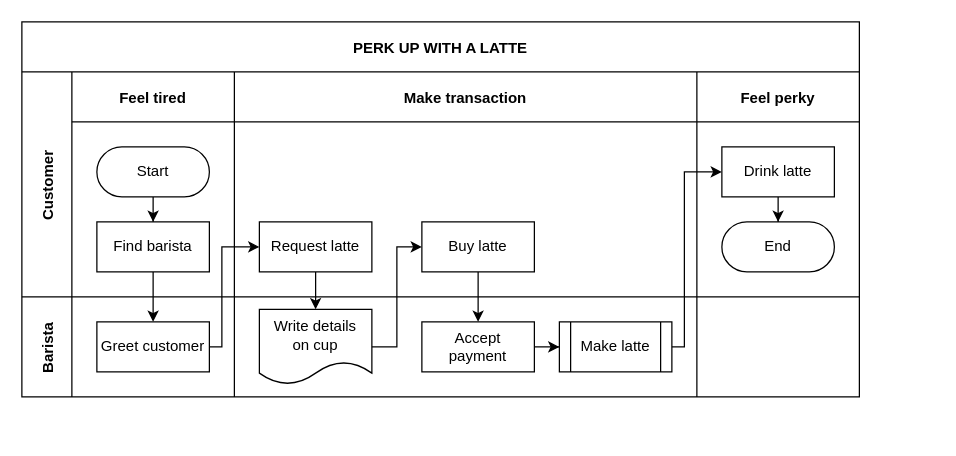
Before: order-flow.drawio in guidecraft/draw, a draw.io diagram. Source tidied: cells renumbered, new cells numbered last; positions are measured from the earlier drawing's top-left corner, leaving out a move shared by most shapes. Both pictures are drawn from the tidied source at 125%, with x=0, y=0 at pixel (21, 21).
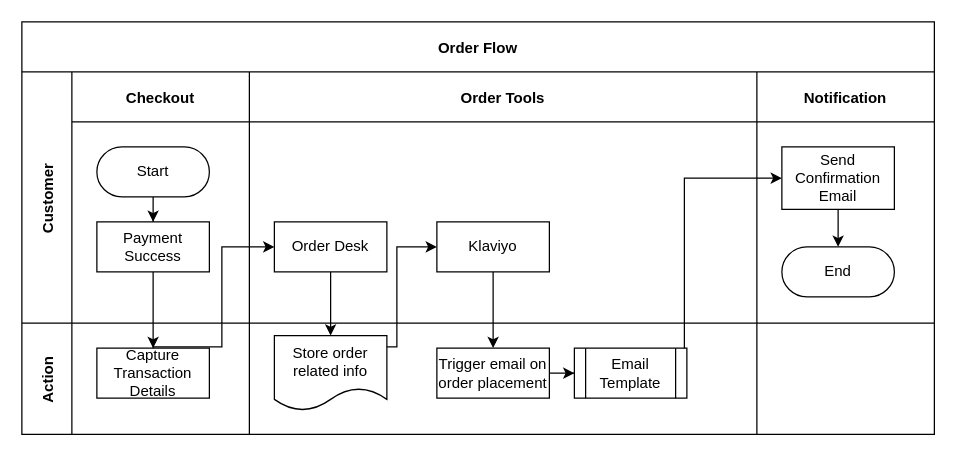
The same page after the edit.

Change to the diagram source:
```diff
@@
-    <mxCell id="2" value="PERK UP WITH A LATTE" style="shape=table;childLayout=tableLayout;startSize=40;fillColor=none;fontStyle=1;" parent="1" vertex="1">
-      <mxGeometry width="670" height="300" as="geometry" />
+    <mxCell id="2" value="Order Flow" style="shape=table;childLayout=tableLayout;startSize=40;fillColor=none;fontStyle=1;" parent="1" vertex="1">
+      <mxGeometry width="730" height="330" as="geometry" />
     </mxCell>
@@
     <mxCell id="4" value="Customer" style="shape=tableRow;horizontal=0;swimlaneHead=0;swimlaneBody=0;top=0;left=0;bottom=0;right=0;fillColor=none;startSize=40;fontStyle=1;" parent="2" vertex="1">
-      <mxGeometry y="40" width="670" height="180" as="geometry" />
+      <mxGeometry y="40" width="730" height="201" as="geometry" />
     </mxCell>
-    <mxCell id="5" value="Feel tired" style="swimlane;swimlaneHead=0;swimlaneBody=0;fillColor=none;startSize=40;fontStyle=1;" parent="4" vertex="1">
-      <mxGeometry x="40" width="130" height="180" as="geometry" />
+    <mxCell id="5" value="Checkout" style="swimlane;swimlaneHead=0;swimlaneBody=0;fillColor=none;startSize=40;fontStyle=1;" parent="4" vertex="1">
+      <mxGeometry x="40" width="142" height="201" as="geometry" />
     </mxCell>
@@
-    <mxCell id="8" value="Find barista" style="rounded=0;whiteSpace=wrap;html=1;" parent="5" vertex="1">
+    <mxCell id="8" value="Payment Success" style="rounded=0;whiteSpace=wrap;html=1;" parent="5" vertex="1">
       <mxGeometry x="20" y="120" width="90" height="40" as="geometry" />
     </mxCell>
-    <mxCell id="9" value="Make transaction" style="swimlane;swimlaneHead=0;swimlaneBody=0;fillColor=none;startSize=40;fontStyle=1;" parent="4" vertex="1">
-      <mxGeometry x="170" width="370" height="180" as="geometry" />
+    <mxCell id="9" value="Order Tools" style="swimlane;swimlaneHead=0;swimlaneBody=0;fillColor=none;startSize=40;fontStyle=1;" parent="4" vertex="1">
+      <mxGeometry x="182" width="406" height="201" as="geometry" />
     </mxCell>
-    <mxCell id="10" value="Request latte" style="rounded=0;whiteSpace=wrap;html=1;" parent="9" vertex="1">
+    <mxCell id="10" value="Order Desk" style="rounded=0;whiteSpace=wrap;html=1;" parent="9" vertex="1">
       <mxGeometry x="20" y="120" width="90" height="40" as="geometry" />
     </mxCell>
-    <mxCell id="11" value="Buy latte" style="rounded=0;whiteSpace=wrap;html=1;" parent="9" vertex="1">
+    <mxCell id="11" value="Klaviyo" style="rounded=0;whiteSpace=wrap;html=1;" parent="9" vertex="1">
       <mxGeometry x="150" y="120" width="90" height="40" as="geometry" />
     </mxCell>
-    <mxCell id="12" value="Feel perky" style="swimlane;swimlaneHead=0;swimlaneBody=0;fillColor=none;startSize=40;fontStyle=1;" parent="4" vertex="1">
-      <mxGeometry x="540" width="130" height="180" as="geometry" />
+    <mxCell id="12" value="Notification" style="swimlane;swimlaneHead=0;swimlaneBody=0;fillColor=none;startSize=40;fontStyle=1;" parent="4" vertex="1">
+      <mxGeometry x="588" width="142" height="201" as="geometry" />
     </mxCell>
@@
-    <mxCell id="14" value="Drink latte" style="rounded=0;whiteSpace=wrap;html=1;" parent="12" vertex="1">
-      <mxGeometry x="20" y="60" width="90" height="40" as="geometry" />
+    <mxCell id="14" value="Send Confirmation Email" style="rounded=0;whiteSpace=wrap;html=1;" parent="12" vertex="1">
+      <mxGeometry x="20" y="60" width="90" height="50" as="geometry" />
     </mxCell>
     <mxCell id="15" value="End" style="rounded=1;whiteSpace=wrap;html=1;arcSize=50;" parent="12" vertex="1">
-      <mxGeometry x="20" y="120" width="90" height="40" as="geometry" />
+      <mxGeometry x="20" y="140" width="90" height="40" as="geometry" />
     </mxCell>
-    <mxCell id="16" value="Barista" style="shape=tableRow;horizontal=0;swimlaneHead=0;swimlaneBody=0;top=0;left=0;bottom=0;right=0;fillColor=none;startSize=40;fontStyle=1;" parent="2" vertex="1">
-      <mxGeometry y="220" width="670" height="80" as="geometry" />
+    <mxCell id="16" value="Action" style="shape=tableRow;horizontal=0;swimlaneHead=0;swimlaneBody=0;top=0;left=0;bottom=0;right=0;fillColor=none;startSize=40;fontStyle=1;" parent="2" vertex="1">
+      <mxGeometry y="241" width="730" height="89" as="geometry" />
     </mxCell>
     <mxCell id="17" style="swimlane;swimlaneHead=0;swimlaneBody=0;fillColor=none;startSize=0;fontStyle=1;" parent="16" vertex="1">
-      <mxGeometry x="40" width="130" height="80" as="geometry" />
+      <mxGeometry x="40" width="142" height="89" as="geometry" />
     </mxCell>
-    <mxCell id="18" value="Greet customer" style="rounded=0;whiteSpace=wrap;html=1;" parent="17" vertex="1">
+    <mxCell id="18" value="Capture Transaction Details" style="rounded=0;whiteSpace=wrap;html=1;" parent="17" vertex="1">
       <mxGeometry x="20" y="20" width="90" height="40" as="geometry" />
     </mxCell>
     <mxCell id="19" style="swimlane;swimlaneHead=0;swimlaneBody=0;fillColor=none;startSize=0;fontStyle=1;" parent="16" vertex="1">
-      <mxGeometry x="170" width="370" height="80" as="geometry" />
+      <mxGeometry x="182" width="406" height="89" as="geometry" />
     </mxCell>
@@
-    <mxCell id="21" value="Accept&lt;br&gt;payment" style="rounded=0;whiteSpace=wrap;html=1;" parent="19" vertex="1">
+    <mxCell id="21" value="Trigger email on order placement" style="rounded=0;whiteSpace=wrap;html=1;" parent="19" vertex="1">
       <mxGeometry x="150" y="20" width="90" height="40" as="geometry" />
     </mxCell>
-    <mxCell id="22" value="Write details&lt;br&gt;on cup" style="shape=document;whiteSpace=wrap;html=1;boundedLbl=1;" parent="19" vertex="1">
+    <mxCell id="22" value="Store order related info" style="shape=document;whiteSpace=wrap;html=1;boundedLbl=1;" parent="19" vertex="1">
       <mxGeometry x="20" y="10" width="90" height="60" as="geometry" />
     </mxCell>
-    <mxCell id="23" value="Make latte" style="shape=process;whiteSpace=wrap;html=1;backgroundOutline=1;" parent="19" vertex="1">
+    <mxCell id="23" value="Email Template" style="shape=process;whiteSpace=wrap;html=1;backgroundOutline=1;" parent="19" vertex="1">
       <mxGeometry x="260" y="20" width="90" height="40" as="geometry" />
     </mxCell>
     <mxCell id="24" style="swimlane;swimlaneHead=0;swimlaneBody=0;fillColor=none;startSize=0;fontStyle=1;" parent="16" vertex="1">
-      <mxGeometry x="540" width="130" height="80" as="geometry" />
+      <mxGeometry x="588" width="142" height="89" as="geometry" />
     </mxCell>
```
